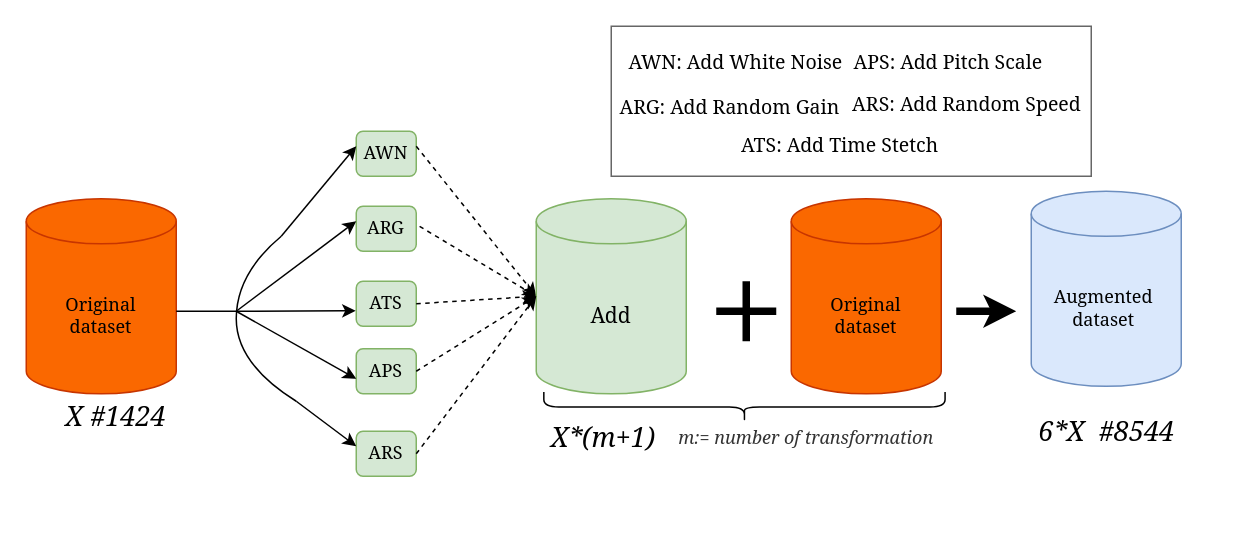
papasega/DeepLearning_Shared_PSW keeps this draw.io diagram as page "Process1-classic" (1 of 9) of Diagramme sans nom.drawio. Above is the earlier version. Source tidied: cells renumbered, new cells numbered last; positions are measured from the earlier drawing's top-left corner, leaving out a move shared by most shapes. Both pictures are drawn from the tidied source at 150%, with x=0, y=0 at pixel (26, 26).
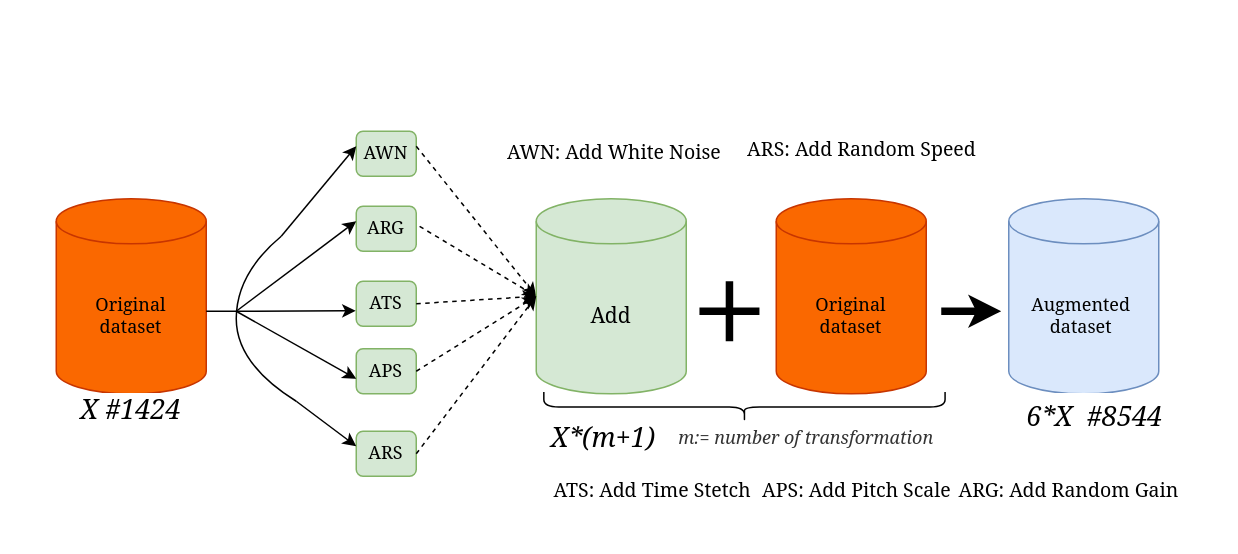
After the change.

Diff of the diagram source:
```diff
@@
     <mxCell id="2" value="&lt;font face=&quot;Georgia&quot;&gt;Original&lt;br&gt;dataset&lt;/font&gt;" style="shape=cylinder3;whiteSpace=wrap;html=1;boundedLbl=1;backgroundOutline=1;size=15;fillColor=#fa6800;fontColor=#000000;strokeColor=#C73500;" parent="1" vertex="1">
-      <mxGeometry y="115" width="100" height="130" as="geometry" />
+      <mxGeometry x="20" y="115" width="100" height="130" as="geometry" />
     </mxCell>
     <mxCell id="3" style="endArrow=none;html=1;rounded=0;" parent="1" edge="1">
       <mxGeometry relative="1" as="geometry">
-        <mxPoint x="100" y="190" as="sourcePoint" />
+        <mxPoint x="120" y="190" as="sourcePoint" />
         <mxPoint x="140" y="190" as="targetPoint" />
       </mxGeometry>
     </mxCell>
@@
     <mxCell id="21" style="endArrow=none;html=1;rounded=0;strokeWidth=5;" parent="1" edge="1">
       <mxGeometry relative="1" as="geometry">
-        <mxPoint x="480" y="210" as="sourcePoint" />
-        <mxPoint x="480" y="170" as="targetPoint" />
+        <mxPoint x="468.8" y="210" as="sourcePoint" />
+        <mxPoint x="468.8" y="170" as="targetPoint" />
         <Array as="points">
-          <mxPoint x="480" y="190" />
+          <mxPoint x="468.8" y="190" />
         </Array>
       </mxGeometry>
     </mxCell>
     <mxCell id="22" style="endArrow=none;html=1;rounded=0;strokeWidth=5;" parent="1" edge="1">
       <mxGeometry relative="1" as="geometry">
-        <mxPoint x="500" y="190" as="sourcePoint" />
-        <mxPoint x="460" y="190" as="targetPoint" />
+        <mxPoint x="488.8" y="190" as="sourcePoint" />
+        <mxPoint x="448.8" y="190" as="targetPoint" />
       </mxGeometry>
     </mxCell>
     <mxCell id="23" value="&lt;font face=&quot;Georgia&quot;&gt;Original&lt;br&gt;dataset&lt;/font&gt;" style="shape=cylinder3;whiteSpace=wrap;html=1;boundedLbl=1;backgroundOutline=1;size=15;fillColor=#fa6800;strokeColor=#C73500;fontColor=#000000;" parent="1" vertex="1">
-      <mxGeometry x="510" y="115" width="100" height="130" as="geometry" />
+      <mxGeometry x="500" y="115" width="100" height="130" as="geometry" />
     </mxCell>
     <mxCell id="24" style="endArrow=classic;html=1;rounded=0;strokeWidth=5;" parent="1" edge="1">
       <mxGeometry relative="1" as="geometry">
-        <mxPoint x="620" y="190" as="sourcePoint" />
-        <mxPoint x="660" y="190" as="targetPoint" />
+        <mxPoint x="610" y="190" as="sourcePoint" />
+        <mxPoint x="650" y="190" as="targetPoint" />
       </mxGeometry>
     </mxCell>
     <mxCell id="25" value="&lt;font face=&quot;Georgia&quot;&gt;Augmented&amp;nbsp;&lt;br&gt;dataset&amp;nbsp;&lt;/font&gt;" style="shape=cylinder3;whiteSpace=wrap;html=1;boundedLbl=1;backgroundOutline=1;size=15;fillColor=#dae8fc;strokeColor=#6c8ebf;" parent="1" vertex="1">
-      <mxGeometry x="670" y="110" width="100" height="130" as="geometry" />
+      <mxGeometry x="655" y="115" width="100" height="130" as="geometry" />
     </mxCell>
     <mxCell id="26" value="&lt;i&gt;&lt;font style=&quot;font-size: 18px;&quot; face=&quot;Georgia&quot;&gt;X #1424&lt;br&gt;&lt;/font&gt;&lt;/i&gt;" style="rounded=0;whiteSpace=wrap;html=1;strokeColor=#FFFFFF;" parent="1" vertex="1">
-      <mxGeometry x="10" y="250" width="100" height="20" as="geometry" />
+      <mxGeometry x="20" y="245" width="100" height="20" as="geometry" />
     </mxCell>
     <mxCell id="27" value="&lt;i&gt;&lt;font style=&quot;font-size: 18px;&quot; face=&quot;Georgia&quot;&gt;6*X&amp;nbsp; #8544&lt;br&gt;&lt;/font&gt;&lt;/i&gt;" style="rounded=0;whiteSpace=wrap;html=1;strokeColor=#FFFFFF;" parent="1" vertex="1">
-      <mxGeometry x="662.5" y="255" width="115" height="30" as="geometry" />
+      <mxGeometry x="655" y="245" width="115" height="30" as="geometry" />
     </mxCell>
     <mxCell id="28" value="&lt;font style=&quot;font-size: 13px;&quot;&gt;&lt;span style=&quot;white-space: pre;&quot;&gt; &lt;/span&gt;&lt;span style=&quot;white-space: pre;&quot;&gt; &lt;/span&gt;&lt;span style=&quot;white-space: pre;&quot;&gt; &lt;/span&gt;&lt;span style=&quot;white-space: pre;&quot;&gt; &lt;/span&gt;ARS: Add Random Speed&lt;/font&gt;" style="text;html=1;align=center;verticalAlign=middle;strokeColor=none;fillColor=none;fontSize=18;fontFamily=Georgia;" parent="1" vertex="1">
-      <mxGeometry x="530" y="30" width="180" height="40" as="geometry" />
+      <mxGeometry x="460" y="60" width="180" height="40" as="geometry" />
     </mxCell>
     <mxCell id="29" value="&lt;span style=&quot;color: rgb(0, 0, 0); font-family: Georgia; font-size: 13px; font-style: normal; font-variant-ligatures: normal; font-variant-caps: normal; font-weight: 400; letter-spacing: normal; orphans: 2; text-align: center; text-indent: 0px; text-transform: none; widows: 2; word-spacing: 0px; -webkit-text-stroke-width: 0px; background-color: rgb(255, 255, 255); text-decoration-thickness: initial; text-decoration-style: initial; text-decoration-color: initial;&quot;&gt; &lt;/span&gt;&lt;span style=&quot;color: rgb(0, 0, 0); font-family: Georgia; font-size: 13px; font-style: normal; font-variant-ligatures: normal; font-variant-caps: normal; font-weight: 400; letter-spacing: normal; orphans: 2; text-align: center; text-indent: 0px; text-transform: none; widows: 2; word-spacing: 0px; -webkit-text-stroke-width: 0px; background-color: rgb(255, 255, 255); text-decoration-thickness: initial; text-decoration-style: initial; text-decoration-color: initial;&quot;&gt; &lt;/span&gt;&lt;span style=&quot;color: rgb(0, 0, 0); font-family: Georgia; font-size: 13px; font-style: normal; font-variant-ligatures: normal; font-variant-caps: normal; font-weight: 400; letter-spacing: normal; orphans: 2; text-align: center; text-indent: 0px; text-transform: none; widows: 2; word-spacing: 0px; -webkit-text-stroke-width: 0px; background-color: rgb(255, 255, 255); text-decoration-thickness: initial; text-decoration-style: initial; text-decoration-color: initial;&quot;&gt; &lt;/span&gt;&lt;span style=&quot;color: rgb(0, 0, 0); font-family: Georgia; font-size: 13px; font-style: normal; font-variant-ligatures: normal; font-variant-caps: normal; font-weight: 400; letter-spacing: normal; orphans: 2; text-align: center; text-indent: 0px; text-transform: none; widows: 2; word-spacing: 0px; -webkit-text-stroke-width: 0px; background-color: rgb(255, 255, 255); text-decoration-thickness: initial; text-decoration-style: initial; text-decoration-color: initial;&quot;&gt; &lt;/span&gt;&lt;span style=&quot;color: rgb(0, 0, 0); font-family: Georgia; font-size: 13px; font-style: normal; font-variant-ligatures: normal; font-variant-caps: normal; font-weight: 400; letter-spacing: normal; orphans: 2; text-align: center; text-indent: 0px; text-transform: none; widows: 2; word-spacing: 0px; -webkit-text-stroke-width: 0px; background-color: rgb(255, 255, 255); text-decoration-thickness: initial; text-decoration-style: initial; text-decoration-color: initial; float: none; display: inline !important;&quot;&gt;AWN: Add White Noise&lt;/span&gt;" style="text;whiteSpace=wrap;html=1;fontSize=13;fontFamily=Georgia;" parent="1" vertex="1">
-      <mxGeometry x="400" y="10" width="170" height="40" as="geometry" />
+      <mxGeometry x="318.8" y="70" width="170" height="40" as="geometry" />
     </mxCell>
     <mxCell id="30" value="&lt;span style=&quot;color: rgb(0, 0, 0); font-family: Georgia; font-size: 13px; font-style: normal; font-variant-ligatures: normal; font-variant-caps: normal; font-weight: 400; letter-spacing: normal; orphans: 2; text-align: center; text-indent: 0px; text-transform: none; widows: 2; word-spacing: 0px; -webkit-text-stroke-width: 0px; background-color: rgb(255, 255, 255); text-decoration-thickness: initial; text-decoration-style: initial; text-decoration-color: initial;&quot;&gt; &lt;/span&gt;&lt;span style=&quot;color: rgb(0, 0, 0); font-family: Georgia; font-size: 13px; font-style: normal; font-variant-ligatures: normal; font-variant-caps: normal; font-weight: 400; letter-spacing: normal; orphans: 2; text-align: center; text-indent: 0px; text-transform: none; widows: 2; word-spacing: 0px; -webkit-text-stroke-width: 0px; background-color: rgb(255, 255, 255); text-decoration-thickness: initial; text-decoration-style: initial; text-decoration-color: initial;&quot;&gt; &lt;/span&gt;&lt;span style=&quot;color: rgb(0, 0, 0); font-family: Georgia; font-size: 13px; font-style: normal; font-variant-ligatures: normal; font-variant-caps: normal; font-weight: 400; letter-spacing: normal; orphans: 2; text-align: center; text-indent: 0px; text-transform: none; widows: 2; word-spacing: 0px; -webkit-text-stroke-width: 0px; background-color: rgb(255, 255, 255); text-decoration-thickness: initial; text-decoration-style: initial; text-decoration-color: initial;&quot;&gt; &lt;/span&gt;&lt;span style=&quot;color: rgb(0, 0, 0); font-family: Georgia; font-size: 13px; font-style: normal; font-variant-ligatures: normal; font-variant-caps: normal; font-weight: 400; letter-spacing: normal; orphans: 2; text-align: center; text-indent: 0px; text-transform: none; widows: 2; word-spacing: 0px; -webkit-text-stroke-width: 0px; background-color: rgb(255, 255, 255); text-decoration-thickness: initial; text-decoration-style: initial; text-decoration-color: initial;&quot;&gt; &lt;/span&gt;&lt;span style=&quot;color: rgb(0, 0, 0); font-family: Georgia; font-size: 13px; font-style: normal; font-variant-ligatures: normal; font-variant-caps: normal; font-weight: 400; letter-spacing: normal; orphans: 2; text-align: center; text-indent: 0px; text-transform: none; widows: 2; word-spacing: 0px; -webkit-text-stroke-width: 0px; background-color: rgb(255, 255, 255); text-decoration-thickness: initial; text-decoration-style: initial; text-decoration-color: initial; float: none; display: inline !important;&quot;&gt;APS: Add Pitch Scale&lt;/span&gt;" style="text;whiteSpace=wrap;html=1;fontSize=13;fontFamily=Georgia;" parent="1" vertex="1">
-      <mxGeometry x="550" y="10" width="170" height="40" as="geometry" />
+      <mxGeometry x="488.8" y="295" width="170" height="40" as="geometry" />
     </mxCell>
     <mxCell id="31" value="&lt;span style=&quot;color: rgb(0, 0, 0); font-family: Georgia; font-size: 13px; font-style: normal; font-variant-ligatures: normal; font-variant-caps: normal; font-weight: 400; letter-spacing: normal; orphans: 2; text-align: center; text-indent: 0px; text-transform: none; widows: 2; word-spacing: 0px; -webkit-text-stroke-width: 0px; background-color: rgb(255, 255, 255); text-decoration-thickness: initial; text-decoration-style: initial; text-decoration-color: initial;&quot;&gt; &lt;/span&gt;&lt;span style=&quot;color: rgb(0, 0, 0); font-family: Georgia; font-size: 13px; font-style: normal; font-variant-ligatures: normal; font-variant-caps: normal; font-weight: 400; letter-spacing: normal; orphans: 2; text-align: center; text-indent: 0px; text-transform: none; widows: 2; word-spacing: 0px; -webkit-text-stroke-width: 0px; background-color: rgb(255, 255, 255); text-decoration-thickness: initial; text-decoration-style: initial; text-decoration-color: initial;&quot;&gt; &lt;/span&gt;&lt;span style=&quot;color: rgb(0, 0, 0); font-family: Georgia; font-size: 13px; font-style: normal; font-variant-ligatures: normal; font-variant-caps: normal; font-weight: 400; letter-spacing: normal; orphans: 2; text-align: center; text-indent: 0px; text-transform: none; widows: 2; word-spacing: 0px; -webkit-text-stroke-width: 0px; background-color: rgb(255, 255, 255); text-decoration-thickness: initial; text-decoration-style: initial; text-decoration-color: initial;&quot;&gt; &lt;/span&gt;&lt;span style=&quot;color: rgb(0, 0, 0); font-family: Georgia; font-size: 13px; font-style: normal; font-variant-ligatures: normal; font-variant-caps: normal; font-weight: 400; letter-spacing: normal; orphans: 2; text-align: center; text-indent: 0px; text-transform: none; widows: 2; word-spacing: 0px; -webkit-text-stroke-width: 0px; background-color: rgb(255, 255, 255); text-decoration-thickness: initial; text-decoration-style: initial; text-decoration-color: initial;&quot;&gt; &lt;/span&gt;&lt;span style=&quot;color: rgb(0, 0, 0); font-family: Georgia; font-size: 13px; font-style: normal; font-variant-ligatures: normal; font-variant-caps: normal; font-weight: 400; letter-spacing: normal; orphans: 2; text-align: center; text-indent: 0px; text-transform: none; widows: 2; word-spacing: 0px; -webkit-text-stroke-width: 0px; background-color: rgb(255, 255, 255); text-decoration-thickness: initial; text-decoration-style: initial; text-decoration-color: initial; float: none; display: inline !important;&quot;&gt;ARG: Add Random Gain&lt;/span&gt;" style="text;whiteSpace=wrap;html=1;fontSize=13;fontFamily=Georgia;" parent="1" vertex="1">
-      <mxGeometry x="393.8" y="40" width="170" height="40" as="geometry" />
+      <mxGeometry x="620" y="295" width="170" height="40" as="geometry" />
     </mxCell>
     <mxCell id="32" value="&lt;span style=&quot;color: rgb(0, 0, 0); font-family: Georgia; font-size: 13px; font-style: normal; font-variant-ligatures: normal; font-variant-caps: normal; font-weight: 400; letter-spacing: normal; orphans: 2; text-align: center; text-indent: 0px; text-transform: none; widows: 2; word-spacing: 0px; -webkit-text-stroke-width: 0px; background-color: rgb(255, 255, 255); text-decoration-thickness: initial; text-decoration-style: initial; text-decoration-color: initial;&quot;&gt; &lt;/span&gt;&lt;span style=&quot;color: rgb(0, 0, 0); font-family: Georgia; font-size: 13px; font-style: normal; font-variant-ligatures: normal; font-variant-caps: normal; font-weight: 400; letter-spacing: normal; orphans: 2; text-align: center; text-indent: 0px; text-transform: none; widows: 2; word-spacing: 0px; -webkit-text-stroke-width: 0px; background-color: rgb(255, 255, 255); text-decoration-thickness: initial; text-decoration-style: initial; text-decoration-color: initial;&quot;&gt; &lt;/span&gt;&lt;span style=&quot;color: rgb(0, 0, 0); font-family: Georgia; font-size: 13px; font-style: normal; font-variant-ligatures: normal; font-variant-caps: normal; font-weight: 400; letter-spacing: normal; orphans: 2; text-align: center; text-indent: 0px; text-transform: none; widows: 2; word-spacing: 0px; -webkit-text-stroke-width: 0px; background-color: rgb(255, 255, 255); text-decoration-thickness: initial; text-decoration-style: initial; text-decoration-color: initial;&quot;&gt; &lt;/span&gt;&lt;span style=&quot;color: rgb(0, 0, 0); font-family: Georgia; font-size: 13px; font-style: normal; font-variant-ligatures: normal; font-variant-caps: normal; font-weight: 400; letter-spacing: normal; orphans: 2; text-align: center; text-indent: 0px; text-transform: none; widows: 2; word-spacing: 0px; -webkit-text-stroke-width: 0px; background-color: rgb(255, 255, 255); text-decoration-thickness: initial; text-decoration-style: initial; text-decoration-color: initial;&quot;&gt; &lt;/span&gt;&lt;span style=&quot;color: rgb(0, 0, 0); font-family: Georgia; font-size: 13px; font-style: normal; font-variant-ligatures: normal; font-variant-caps: normal; font-weight: 400; letter-spacing: normal; orphans: 2; text-align: center; text-indent: 0px; text-transform: none; widows: 2; word-spacing: 0px; -webkit-text-stroke-width: 0px; background-color: rgb(255, 255, 255); text-decoration-thickness: initial; text-decoration-style: initial; text-decoration-color: initial; float: none; display: inline !important;&quot;&gt;ATS: Add Time Stetch&lt;/span&gt;" style="text;whiteSpace=wrap;html=1;fontSize=13;fontFamily=Georgia;" parent="1" vertex="1">
-      <mxGeometry x="475" y="65" width="170" height="40" as="geometry" />
+      <mxGeometry x="350" y="295" width="170" height="40" as="geometry" />
     </mxCell>
@@
-    <mxCell id="34" style="rounded=0;whiteSpace=wrap;html=1;strokeWidth=1;fontFamily=Georgia;fontSize=13;fillColor=none;fontColor=#333333;strokeColor=#666666;gradientColor=none;" parent="1" vertex="1">
-      <mxGeometry x="390" width="320" height="100" as="geometry" />
-    </mxCell>
```
